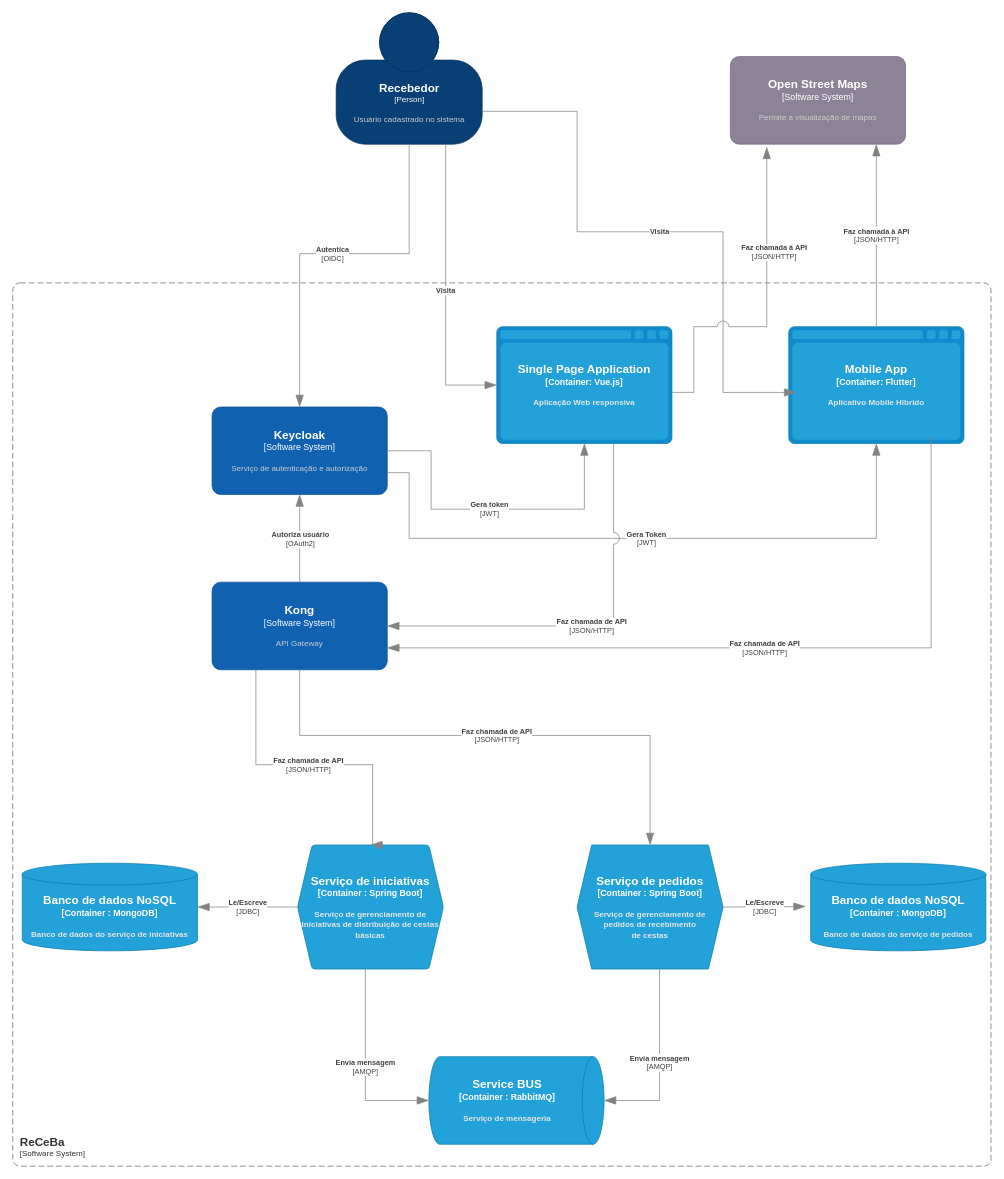
txai/pucminas keeps this draw.io diagram as docs/diagrama de container.drawio. Above is the earlier version. Source tidied: cells renumbered, new cells numbered last; positions are measured from the earlier drawing's top-left corner, leaving out a move shared by most shapes. Both pictures are drawn from the tidied source at 73%, with x=0, y=0 at pixel (12, 12).
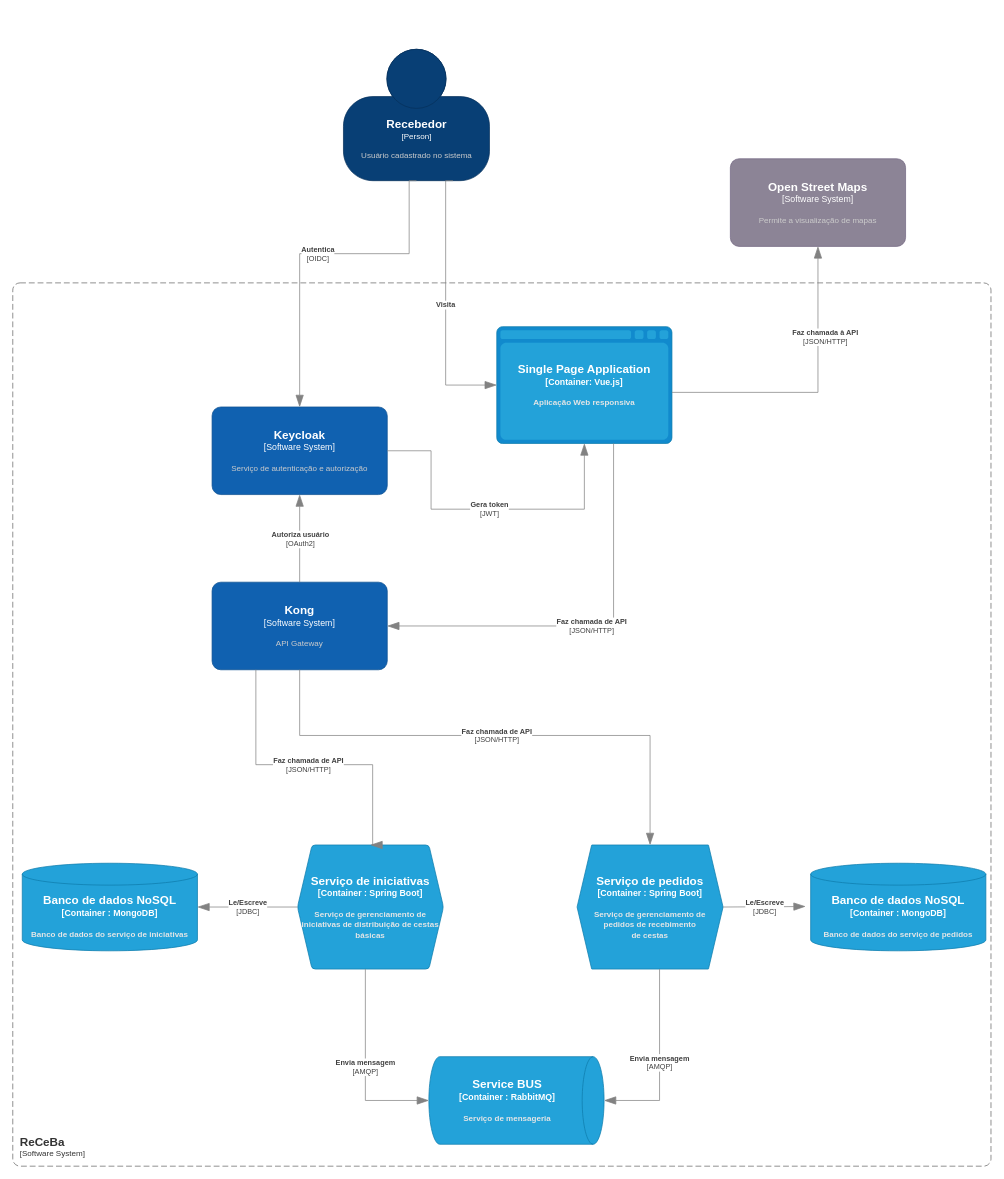
Above is the later version.

The change refers to these unchanged cells:
```xml
<object id="11" label="&lt;font style=&quot;font-size: 16px&quot;&gt;&lt;b&gt;%c4Name%&lt;/b&gt;&lt;/font&gt;&lt;div&gt;[%c4Type%]&lt;/div&gt;&lt;br&gt;&lt;div&gt;&lt;font style=&quot;font-size: 11px&quot;&gt;&lt;font color=&quot;#cccccc&quot;&gt;%c4Description%&lt;/font&gt;&lt;/div&gt;" c4Description="Serviço de autenticação e autorização" c4Name="Keycloak" c4Type="Software System" placeholders="1">
  <mxCell style="rounded=1;whiteSpace=wrap;html=1;labelBackgroundColor=none;fillColor=#1061B0;fontColor=#ffffff;align=center;arcSize=10;strokeColor=#0D5091;points=[[0.25,0,0],[0.5,0,0],[0.75,0,0],[1,0.25,0],[1,0.5,0],[1,0.75,0],[0.75,1,0],[0.5,1,0],[0.25,1,0],[0,0.75,0],[0,0.5,0],[0,0.25,0]];" parent="1" vertex="1">
    <mxGeometry x="273" y="540" width="240" height="120" as="geometry" />
  </mxCell>
</object>
<object id="12" label="&lt;font style=&quot;font-size: 16px&quot;&gt;&lt;b&gt;%c4Name%&lt;/b&gt;&lt;/font&gt;&lt;div&gt;[%c4Type%]&lt;/div&gt;&lt;br&gt;&lt;div&gt;&lt;font style=&quot;font-size: 11px&quot;&gt;&lt;font color=&quot;#cccccc&quot;&gt;%c4Description%&lt;/font&gt;&lt;/div&gt;" c4Description="API Gateway" c4Name="Kong" c4Type="Software System" placeholders="1">
  <mxCell style="rounded=1;whiteSpace=wrap;html=1;labelBackgroundColor=none;fillColor=#1061B0;fontColor=#ffffff;align=center;arcSize=10;strokeColor=#0D5091;points=[[0.25,0,0],[0.5,0,0],[0.75,0,0],[1,0.25,0],[1,0.5,0],[1,0.75,0],[0.75,1,0],[0.5,1,0],[0.25,1,0],[0,0.75,0],[0,0.5,0],[0,0.25,0]];" parent="1" vertex="1">
    <mxGeometry x="273" y="780" width="240" height="120" as="geometry" />
  </mxCell>
</object>
```

Change to the diagram source:
```diff
@@
     <object id="2" label="&lt;font style=&quot;font-size: 16px&quot;&gt;&lt;b&gt;%c4Name%&lt;/b&gt;&lt;/font&gt;&lt;div&gt;[%c4Type%]&lt;/div&gt;&lt;br&gt;&lt;div&gt;&lt;font style=&quot;font-size: 11px&quot;&gt;&lt;font color=&quot;#cccccc&quot;&gt;%c4Description%&lt;/font&gt;&lt;/div&gt;" c4Description="Usuário cadastrado no sistema" c4Name="Recebedor" c4Type="Person" placeholders="1">
       <mxCell style="html=1;fontSize=11;dashed=0;whitespace=wrap;fillColor=#083F75;strokeColor=#06315C;fontColor=#ffffff;shape=mxgraph.c4.person2;align=center;points=[[0.5,0,0],[1,0.5,0],[1,0.75,0],[0.75,1,0],[0.5,1,0],[0.25,1,0],[0,0.75,0],[0,0.5,0]];" parent="1" vertex="1">
-        <mxGeometry x="443" width="200" height="180" as="geometry" />
+        <mxGeometry x="453" y="50" width="200" height="180" as="geometry" />
       </mxCell>
     </object>
     <object id="3" label="&lt;font style=&quot;font-size: 16px&quot;&gt;&lt;b&gt;%c4Name%&lt;/b&gt;&lt;/font&gt;&lt;div&gt;[%c4Type%]&lt;/div&gt;&lt;br&gt;&lt;div&gt;&lt;font style=&quot;font-size: 11px&quot;&gt;&lt;font color=&quot;#cccccc&quot;&gt;%c4Description%&lt;/font&gt;&lt;/div&gt;" c4Description="Permite a visualização de mapas" c4Name="Open Street Maps" c4Type="Software System" placeholders="1">
       <mxCell style="rounded=1;whiteSpace=wrap;html=1;labelBackgroundColor=none;fillColor=#8C8496;fontColor=#ffffff;align=center;arcSize=10;strokeColor=#736782;points=[[0.25,0,0],[0.5,0,0],[0.75,0,0],[1,0.25,0],[1,0.5,0],[1,0.75,0],[0.75,1,0],[0.5,1,0],[0.25,1,0],[0,0.75,0],[0,0.5,0],[0,0.25,0]];" parent="1" vertex="1">
-        <mxGeometry x="983" y="60" width="240" height="120" as="geometry" />
+        <mxGeometry x="983" y="200" width="240" height="120" as="geometry" />
       </mxCell>
     </object>
@@
-    <object id="6" label="&lt;font style=&quot;font-size: 16px&quot;&gt;&lt;b&gt;%c4Type%&lt;/font&gt;&lt;div&gt;[%c4Container%:&amp;nbsp;%c4Technology%]&lt;/div&gt;&lt;br&gt;&lt;div&gt;&lt;font style=&quot;font-size: 11px&quot;&gt;&lt;font color=&quot;#E6E6E6&quot;&gt;%c4Description%&lt;/font&gt;&lt;/div&gt;" c4Container="Container" c4Description="Aplicativo Mobile Híbrido" c4Technology="Flutter" c4Type="Mobile App" placeholders="1">
-      <mxCell style="shape=mxgraph.c4.webBrowserContainer2;whiteSpace=wrap;html=1;boundedLbl=1;rounded=0;labelBackgroundColor=none;strokeColor=#118ACD;fillColor=#23A2D9;strokeColor=#118ACD;strokeColor2=#0E7DAD;fontSize=12;fontColor=#ffffff;align=center;points=[[0.5,0,0],[1,0.25,0],[1,0.5,0],[1,0.75,0],[0.5,1,0],[0,0.75,0],[0,0.5,0],[0,0.25,0]];" parent="1" vertex="1">
-        <mxGeometry x="1063" y="430" width="240" height="160" as="geometry" />
-      </mxCell>
-    </object>
@@
-    <object id="16" label="&lt;div style=&quot;text-align: left&quot;&gt;&lt;div style=&quot;text-align: center&quot;&gt;&lt;b&gt;%c4Description%&lt;/b&gt;&lt;/div&gt;" c4Description="Visita" placeholders="1">
-      <mxCell style="endArrow=blockThin;html=1;fontSize=10;fontColor=#404040;strokeWidth=1;endFill=1;strokeColor=#828282;elbow=vertical;endSize=14;startSize=14;jumpStyle=arc;jumpSize=16;rounded=0;edgeStyle=orthogonalEdgeStyle;exitX=1;exitY=0.75;exitDx=0;exitDy=0;exitPerimeter=0;entryX=0.042;entryY=0.563;entryDx=0;entryDy=0;entryPerimeter=0;" parent="1" edge="1" source="2" target="6">
-        <mxGeometry relative="1" as="geometry">
-          <Array as="points">
-            <mxPoint x="773" y="135" />
-            <mxPoint x="773" y="300" />
-            <mxPoint x="973" y="300" />
-            <mxPoint x="973" y="520" />
-          </Array>
-        </mxGeometry>
-      </mxCell>
-    </object>
@@
-    <object id="19" label="&lt;div style=&quot;text-align: left&quot;&gt;&lt;div style=&quot;text-align: center&quot;&gt;&lt;b&gt;%c4Description%&lt;/b&gt;&lt;/div&gt;&lt;div style=&quot;text-align: center&quot;&gt;[%c4Technology%]&lt;/div&gt;&lt;/div&gt;" c4Description="Gera Token" c4Technology="JWT" placeholders="1">
-      <mxCell style="endArrow=blockThin;html=1;fontSize=10;fontColor=#404040;strokeWidth=1;endFill=1;strokeColor=#828282;elbow=vertical;endSize=14;startSize=14;jumpStyle=arc;jumpSize=16;rounded=0;edgeStyle=orthogonalEdgeStyle;exitX=1;exitY=0.75;exitDx=0;exitDy=0;exitPerimeter=0;entryX=0.5;entryY=1;entryDx=0;entryDy=0;entryPerimeter=0;" parent="1" edge="1" source="11" target="6">
-        <mxGeometry relative="1" as="geometry">
-          <Array as="points">
-            <mxPoint x="543" y="630" />
-            <mxPoint x="543" y="720" />
-            <mxPoint x="1183" y="720" />
-          </Array>
-        </mxGeometry>
-      </mxCell>
-    </object>
@@
-    <object id="21" label="&lt;div style=&quot;text-align: left&quot;&gt;&lt;div style=&quot;text-align: center&quot;&gt;&lt;b&gt;%c4Description%&lt;/b&gt;&lt;/div&gt;&lt;div style=&quot;text-align: center&quot;&gt;[%c4Technology%]&lt;/div&gt;&lt;/div&gt;" c4Description="Faz chamada de API" c4Technology="JSON/HTTP" placeholders="1">
-      <mxCell style="endArrow=blockThin;html=1;fontSize=10;fontColor=#404040;strokeWidth=1;endFill=1;strokeColor=#828282;elbow=vertical;endSize=14;startSize=14;jumpStyle=arc;jumpSize=16;rounded=0;edgeStyle=orthogonalEdgeStyle;entryX=1;entryY=0.75;entryDx=0;entryDy=0;entryPerimeter=0;" parent="1" edge="1" target="12">
-        <mxGeometry relative="1" as="geometry">
-          <mxPoint x="1258" y="580" as="sourcePoint" />
-          <Array as="points">
-            <mxPoint x="1258" y="870" />
-          </Array>
-        </mxGeometry>
-      </mxCell>
-    </object>
@@
-    <object id="28" label="&lt;div style=&quot;text-align: left&quot;&gt;&lt;div style=&quot;text-align: center&quot;&gt;&lt;b&gt;%c4Description%&lt;/b&gt;&lt;/div&gt;&lt;div style=&quot;text-align: center&quot;&gt;[%c4Technology%]&lt;/div&gt;&lt;/div&gt;" c4Description="Faz chamada à API" c4Technology="JSON/HTTP" placeholders="1">
-      <mxCell style="endArrow=blockThin;html=1;fontSize=10;fontColor=#404040;strokeWidth=1;endFill=1;strokeColor=#828282;elbow=vertical;endSize=14;startSize=14;jumpStyle=arc;jumpSize=16;rounded=0;edgeStyle=orthogonalEdgeStyle;entryX=0.833;entryY=1;entryDx=0;entryDy=0;entryPerimeter=0;" parent="1" edge="1" source="6" target="3">
-        <mxGeometry relative="1" as="geometry" />
-      </mxCell>
-    </object>
     <object id="29" label="&lt;div style=&quot;text-align: left&quot;&gt;&lt;div style=&quot;text-align: center&quot;&gt;&lt;b&gt;%c4Description%&lt;/b&gt;&lt;/div&gt;&lt;div style=&quot;text-align: center&quot;&gt;[%c4Technology%]&lt;/div&gt;&lt;/div&gt;" c4Description="Faz chamada à API" c4Technology="JSON/HTTP" placeholders="1">
-      <mxCell style="endArrow=blockThin;html=1;fontSize=10;fontColor=#404040;strokeWidth=1;endFill=1;strokeColor=#828282;elbow=vertical;endSize=14;startSize=14;jumpStyle=arc;jumpSize=16;rounded=0;edgeStyle=orthogonalEdgeStyle;entryX=0.208;entryY=1.031;entryDx=0;entryDy=0;entryPerimeter=0;" parent="1" edge="1" target="3">
+      <mxCell style="endArrow=blockThin;html=1;fontSize=10;fontColor=#404040;strokeWidth=1;endFill=1;strokeColor=#828282;elbow=vertical;endSize=14;startSize=14;jumpStyle=arc;jumpSize=16;rounded=0;edgeStyle=orthogonalEdgeStyle;entryX=0.5;entryY=1;entryDx=0;entryDy=0;entryPerimeter=0;" parent="1" edge="1" target="3">
         <mxGeometry x="0.38" y="-10" relative="1" as="geometry">
           <mxPoint x="903" y="520" as="sourcePoint" />
           <Array as="points">
-            <mxPoint x="933" y="520" />
-            <mxPoint x="933" y="430" />
-            <mxPoint x="1033" y="430" />
+            <mxPoint x="1103" y="520" />
           </Array>
         </mxGeometry>
       </mxCell>
     </object>
```
